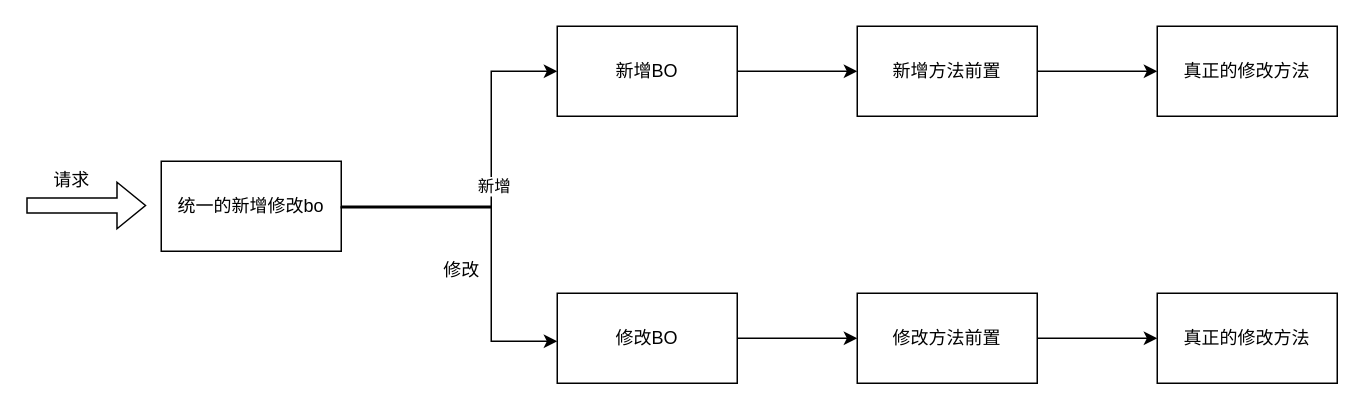
Before: 未命名绘图.drawio in yanglaiyi/cloud_image, a draw.io diagram. Source tidied: cells renumbered, new cells numbered last; positions are measured from the earlier drawing's top-left corner, leaving out a move shared by most shapes. Both pictures are drawn from the tidied source at 150%, with x=0, y=0 at pixel (26, 26).
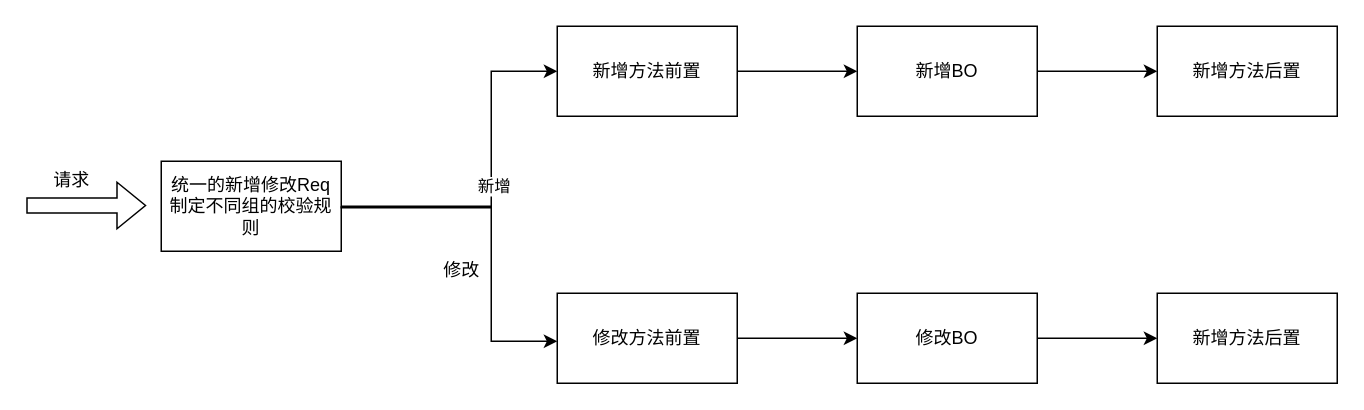
Above is the later version.

Commit message (it also covers changes not shown here):
更新未命名绘图.drawio

The edit, as a diff of the source:
```diff
@@
-    <mxCell id="2" value="统一的新增修改bo" style="rounded=0;whiteSpace=wrap;html=1;" parent="1" vertex="1">
+    <mxCell id="2" value="统一的新增修改Req&lt;div&gt;制定不同组的校验规则&lt;/div&gt;" style="rounded=0;whiteSpace=wrap;html=1;" parent="1" vertex="1">
       <mxGeometry x="90" y="90" width="120" height="60" as="geometry" />
     </mxCell>
@@
-    <mxCell id="8" value="新增BO" style="rounded=0;whiteSpace=wrap;html=1;" parent="1" vertex="1">
+    <mxCell id="8" value="新增方法前置" style="rounded=0;whiteSpace=wrap;html=1;" parent="1" vertex="1">
       <mxGeometry x="354" width="120" height="60" as="geometry" />
     </mxCell>
@@
-    <mxCell id="10" value="修改BO" style="rounded=0;whiteSpace=wrap;html=1;" parent="1" vertex="1">
+    <mxCell id="10" value="修改方法前置" style="rounded=0;whiteSpace=wrap;html=1;" parent="1" vertex="1">
       <mxGeometry x="354" y="178" width="120" height="60" as="geometry" />
     </mxCell>
@@
-    <mxCell id="14" value="新增方法前置" style="rounded=0;whiteSpace=wrap;html=1;" parent="1" vertex="1">
+    <mxCell id="14" value="新增BO" style="rounded=0;whiteSpace=wrap;html=1;" parent="1" vertex="1">
       <mxGeometry x="554" width="120" height="60" as="geometry" />
     </mxCell>
@@
-    <mxCell id="16" value="修改方法前置" style="rounded=0;whiteSpace=wrap;html=1;" parent="1" vertex="1">
+    <mxCell id="16" value="修改BO" style="rounded=0;whiteSpace=wrap;html=1;" parent="1" vertex="1">
       <mxGeometry x="554" y="178" width="120" height="60" as="geometry" />
     </mxCell>
-    <mxCell id="17" value="真正的修改方法" style="rounded=0;whiteSpace=wrap;html=1;" parent="1" vertex="1">
+    <mxCell id="17" value="新增方法后置" style="rounded=0;whiteSpace=wrap;html=1;" parent="1" vertex="1">
       <mxGeometry x="754" width="120" height="60" as="geometry" />
     </mxCell>
-    <mxCell id="18" value="真正的修改方法" style="rounded=0;whiteSpace=wrap;html=1;" parent="1" vertex="1">
+    <mxCell id="18" value="新增方法后置" style="rounded=0;whiteSpace=wrap;html=1;" parent="1" vertex="1">
       <mxGeometry x="754" y="178" width="120" height="60" as="geometry" />
     </mxCell>
```
